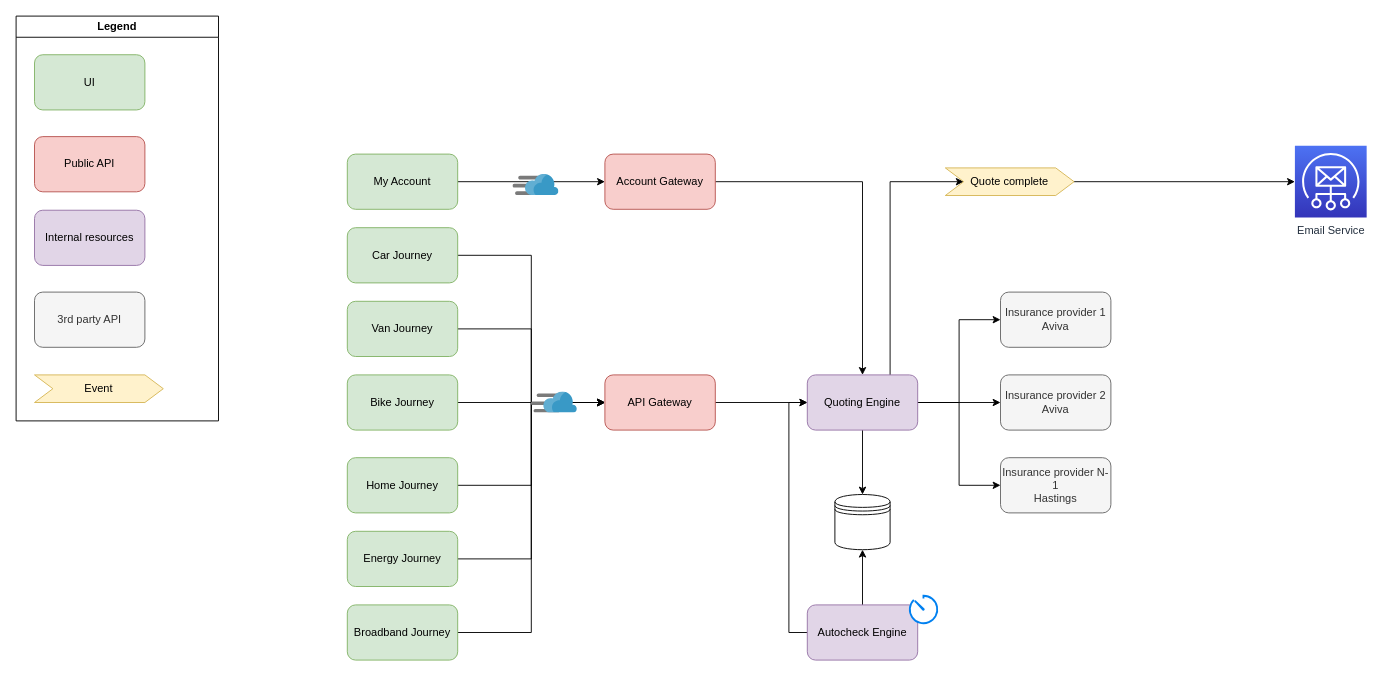
Before: Untitled Diagram.drawio in raducojocari/autocheck-toys, a draw.io diagram. Source tidied: cells renumbered, new cells numbered last; positions are measured from the earlier drawing's top-left corner, leaving out a move shared by most shapes. Both pictures are drawn from the tidied source at 92%, with x=0, y=0 at pixel (16, 16).
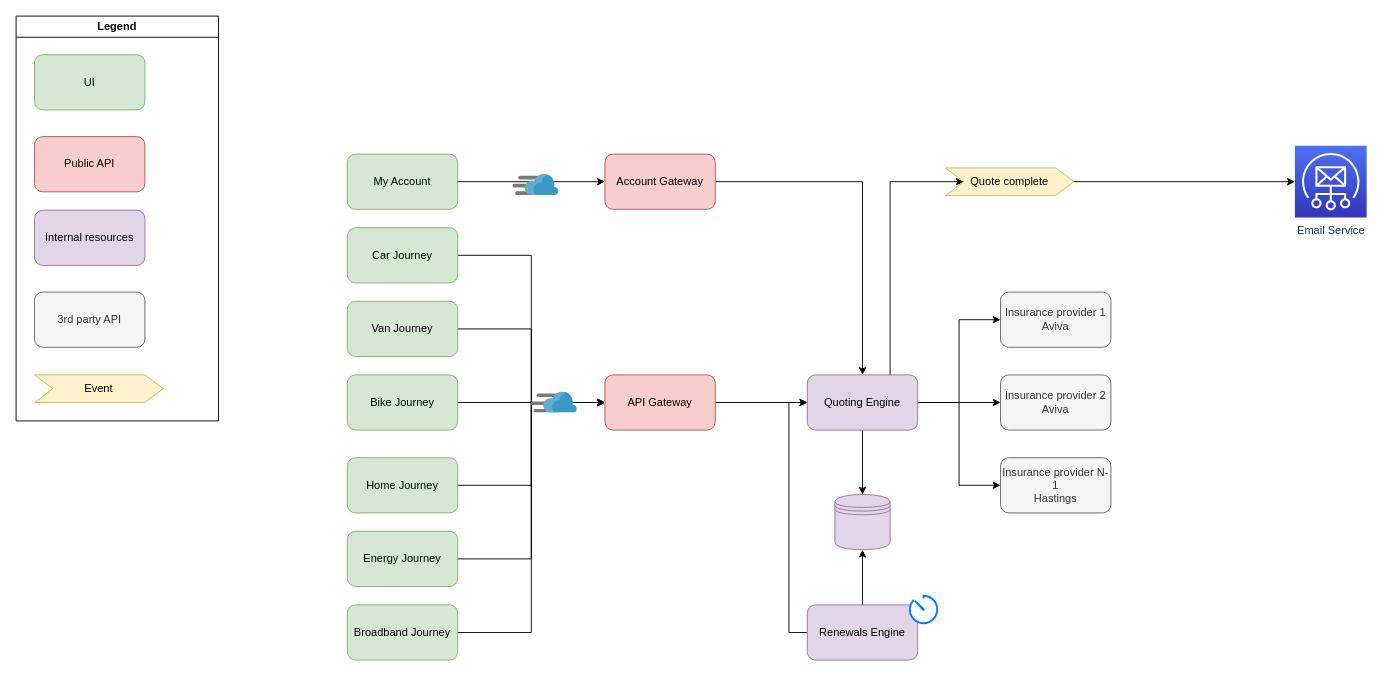
The same diagram, later.

Change to the diagram source:
```diff
@@
-    <mxCell id="28" value="Autocheck Engine" style="rounded=1;whiteSpace=wrap;html=1;fillColor=#e1d5e7;strokeColor=#9673a6;" parent="1" vertex="1">
+    <mxCell id="28" value="Renewals Engine" style="rounded=1;whiteSpace=wrap;html=1;fillColor=#e1d5e7;strokeColor=#9673a6;" parent="1" vertex="1">
       <mxGeometry x="860" y="640" width="120" height="60" as="geometry" />
     </mxCell>
@@
-    <mxCell id="43" style="shape=datastore;whiteSpace=wrap;html=1;" parent="1" vertex="1">
+    <mxCell id="43" style="shape=datastore;whiteSpace=wrap;html=1;fillColor=#e1d5e7;strokeColor=#9673a6;" parent="1" vertex="1">
       <mxGeometry x="890" y="520" width="60" height="60" as="geometry" />
     </mxCell>
```
